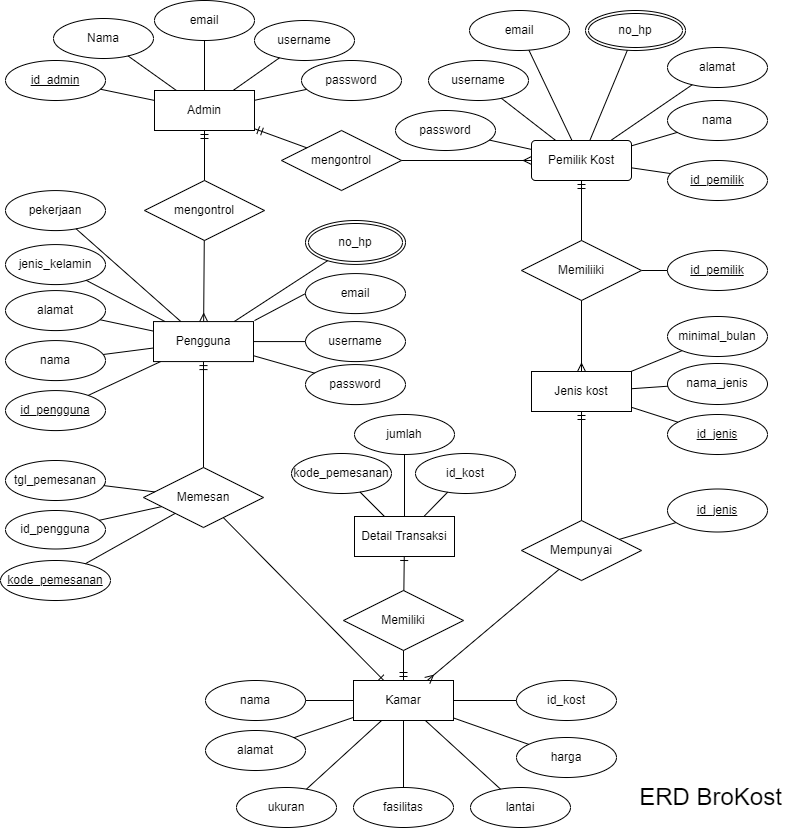
Earlier version of the draw.io export pengerjaan/desain/ERD fix.png (fajar1976/brokost). Source tidied: cells renumbered, new cells last; positions are measured from the earlier drawing's top-left corner, leaving out a move shared by most shapes.
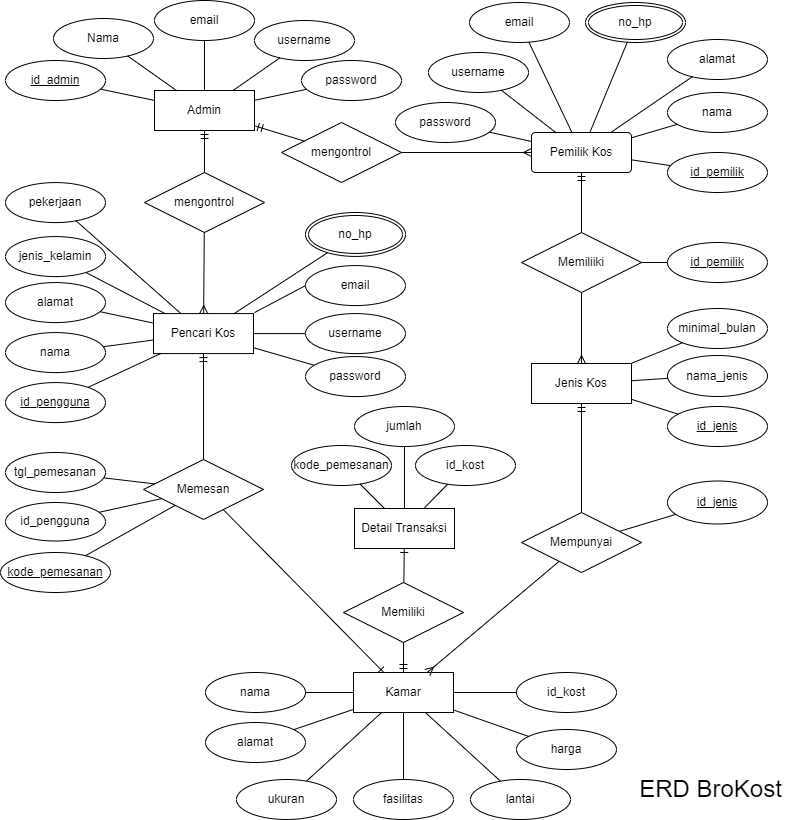
After the change.

Diff of the diagram source:
```diff
@@ -2,7 +2,7 @@
   <root>
     <mxCell id="0" />
     <mxCell id="1" parent="0" />
-    <mxCell id="2" value="Pengguna" style="whiteSpace=wrap;html=1;align=center;" parent="1" vertex="1">
+    <mxCell id="2" value="Pencari Kos" style="whiteSpace=wrap;html=1;align=center;" parent="1" vertex="1">
       <mxGeometry x="153" y="321.1" width="100" height="40" as="geometry" />
     </mxCell>
     <mxCell id="3" value="&lt;u&gt;id_pengguna&lt;/u&gt;" style="ellipse;whiteSpace=wrap;html=1;align=center;" parent="1" vertex="1">
@@ -38,7 +38,7 @@
     <mxCell id="13" value="Kamar" style="whiteSpace=wrap;html=1;align=center;strokeColor=default;" parent="1" vertex="1">
       <mxGeometry x="353" y="680" width="100" height="40" as="geometry" />
     </mxCell>
-    <mxCell id="14" value="Pemilik Kost" style="rounded=1;arcSize=10;whiteSpace=wrap;html=1;align=center;strokeColor=default;" parent="1" vertex="1">
+    <mxCell id="14" value="Pemilik Kos" style="rounded=1;arcSize=10;whiteSpace=wrap;html=1;align=center;strokeColor=default;" parent="1" vertex="1">
       <mxGeometry x="531" y="140" width="100" height="40" as="geometry" />
     </mxCell>
     <mxCell id="15" value="id_jenis" style="ellipse;whiteSpace=wrap;html=1;align=center;strokeColor=default;fontStyle=4;" parent="1" vertex="1">
@@ -212,22 +212,22 @@
       <mxGeometry relative="1" as="geometry" />
     </mxCell>
     <mxCell id="71" value="Admin" style="whiteSpace=wrap;html=1;align=center;" parent="1" vertex="1">
-      <mxGeometry x="154" y="90" width="100" height="40" as="geometry" />
+      <mxGeometry x="154" y="98" width="100" height="40" as="geometry" />
     </mxCell>
     <mxCell id="72" value="Nama" style="ellipse;whiteSpace=wrap;html=1;align=center;" parent="1" vertex="1">
-      <mxGeometry x="53" y="18" width="100" height="40" as="geometry" />
+      <mxGeometry x="53" y="26" width="100" height="40" as="geometry" />
     </mxCell>
     <mxCell id="73" value="email" style="ellipse;whiteSpace=wrap;html=1;align=center;" parent="1" vertex="1">
-      <mxGeometry x="154" width="100" height="40" as="geometry" />
+      <mxGeometry x="154" y="8" width="100" height="40" as="geometry" />
     </mxCell>
     <mxCell id="74" value="id_admin" style="ellipse;whiteSpace=wrap;html=1;align=center;fontStyle=4;" parent="1" vertex="1">
-      <mxGeometry x="5" y="60" width="100" height="40" as="geometry" />
+      <mxGeometry x="5" y="68" width="100" height="40" as="geometry" />
     </mxCell>
     <mxCell id="75" value="username" style="ellipse;whiteSpace=wrap;html=1;align=center;" parent="1" vertex="1">
-      <mxGeometry x="254" y="20" width="100" height="40" as="geometry" />
+      <mxGeometry x="254" y="28" width="100" height="40" as="geometry" />
     </mxCell>
     <mxCell id="76" value="password" style="ellipse;whiteSpace=wrap;html=1;align=center;" parent="1" vertex="1">
-      <mxGeometry x="301" y="60" width="100" height="40" as="geometry" />
+      <mxGeometry x="301" y="68" width="100" height="40" as="geometry" />
     </mxCell>
     <mxCell id="77" style="endArrow=none;html=1;rounded=0;" parent="1" edge="1" source="74" target="71">
       <mxGeometry relative="1" as="geometry" />
@@ -250,7 +250,7 @@
     <mxCell id="83" style="endArrow=none;html=1;rounded=0;elbow=vertical;" parent="1" edge="1" source="62" target="12">
       <mxGeometry relative="1" as="geometry" />
     </mxCell>
-    <mxCell id="84" value="Jenis kost" style="whiteSpace=wrap;html=1;align=center;" parent="1" vertex="1">
+    <mxCell id="84" value="Jenis Kos" style="whiteSpace=wrap;html=1;align=center;" parent="1" vertex="1">
       <mxGeometry x="531" y="371" width="100" height="40" as="geometry" />
     </mxCell>
     <mxCell id="85" value="Detail Transaksi" style="whiteSpace=wrap;html=1;align=center;" parent="1" vertex="1">
```
